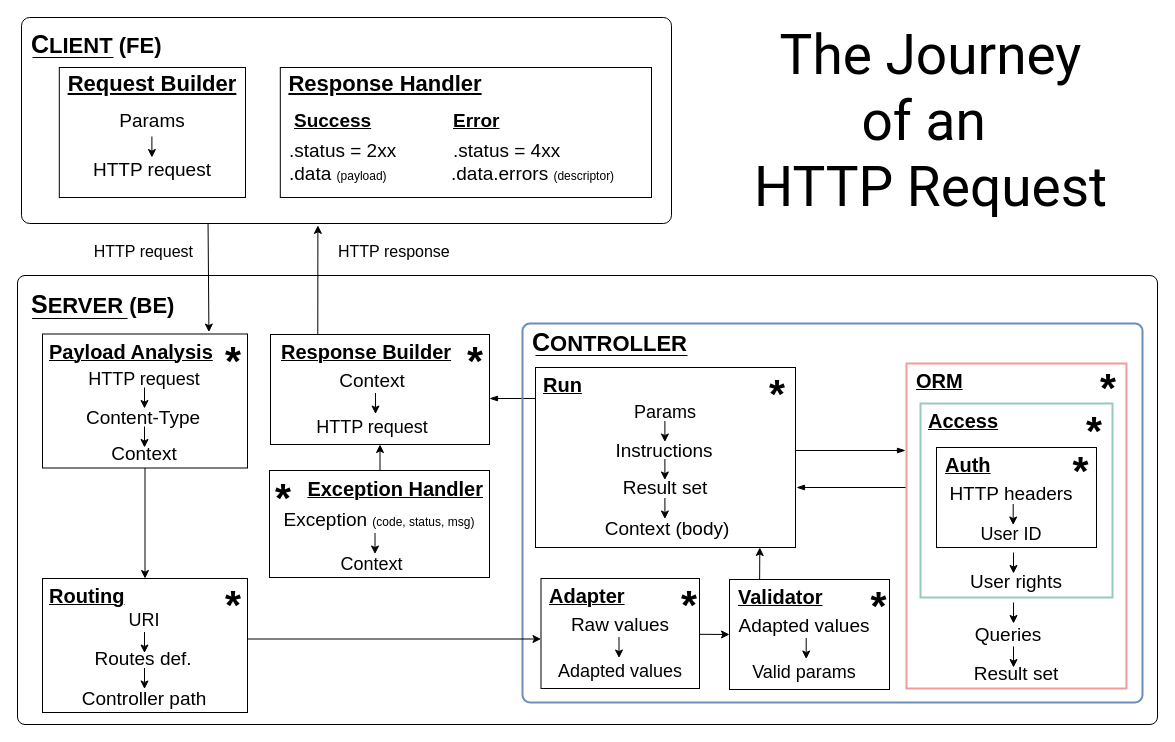
equalframework/equal-doc keeps this draw.io diagram as docs/assets/img/http-request.drawio. Above is the earlier version. Source tidied: cells renumbered, new cells numbered last; positions are measured from the earlier drawing's top-left corner, leaving out a move shared by most shapes. Both pictures are drawn from the tidied source at 100%, with x=0, y=0 at pixel (17, 17).
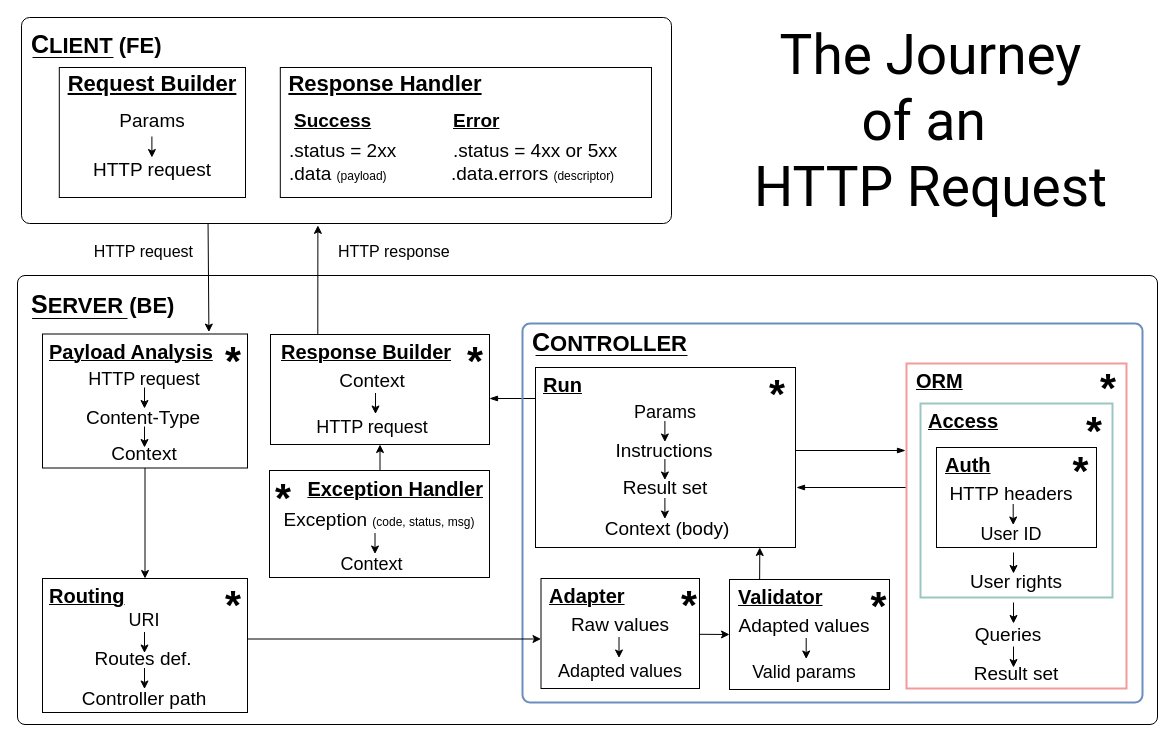
After the change.

The change refers to these unchanged cells:
```xml
<mxCell id="15" style="group;absoluteArcSize=1;arcSize=15;" parent="1" vertex="1">
  <mxGeometry x="4" width="650" height="206" as="geometry" />
</mxCell>
```

Change to the diagram source:
```diff
@@
-    <mxCell id="28" value="&lt;font&gt;&lt;font style=&quot;font-size: 19px&quot;&gt;.status = 4xx&lt;/font&gt;&lt;br&gt;&lt;/font&gt;" style="rounded=0;whiteSpace=wrap;html=1;align=left;spacingTop=4;fillColor=none;strokeColor=none;" parent="15" vertex="1">
+    <mxCell id="28" value="&lt;font&gt;&lt;font style=&quot;font-size: 19px&quot;&gt;.status = 4xx or 5xx&lt;/font&gt;&lt;br&gt;&lt;/font&gt;" style="rounded=0;whiteSpace=wrap;html=1;align=left;spacingTop=4;fillColor=none;strokeColor=none;" parent="15" vertex="1">
       <mxGeometry x="429.5" y="117" width="190.5" height="30" as="geometry" />
     </mxCell>
```
